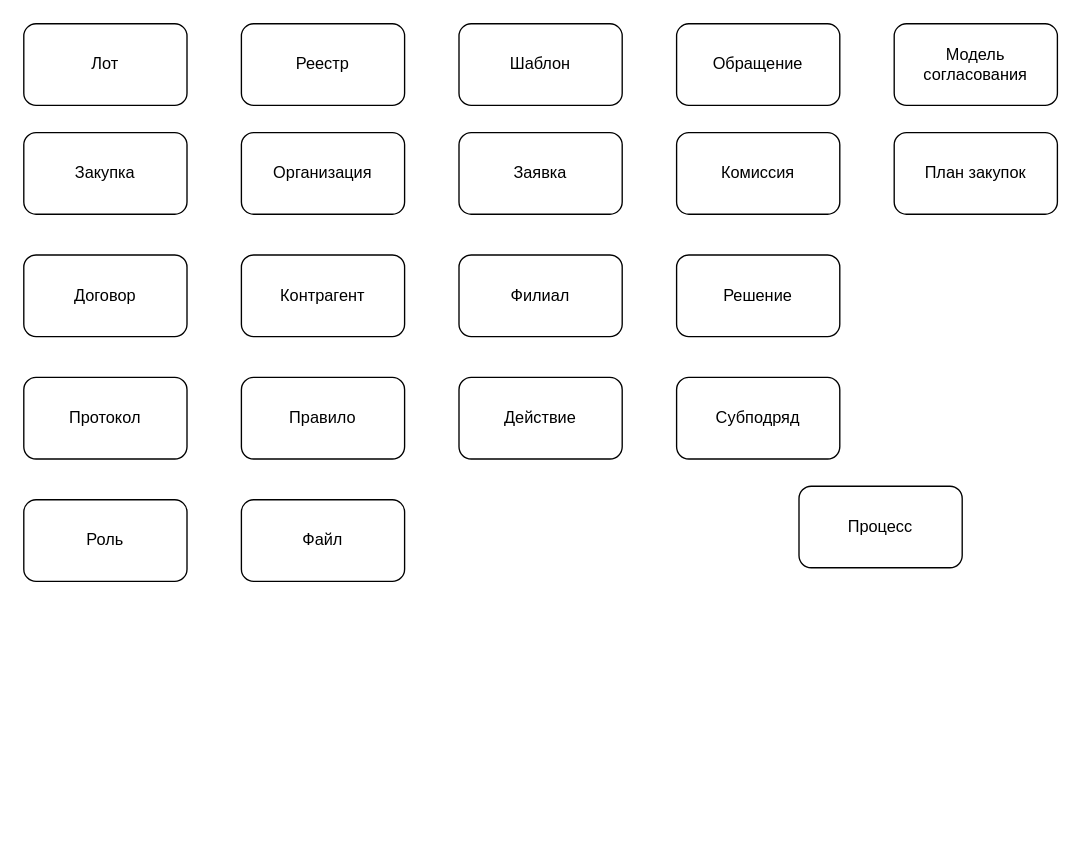
Before: page "Сущности" (1 of 11) of Предметная область SRM.drawio in realrvs/drawio, a draw.io diagram. Source tidied: cells renumbered, new cells numbered last; positions are measured from the earlier drawing's top-left corner, leaving out a move shared by most shapes. Both pictures are drawn from the tidied source at 136%, with x=0, y=0 at pixel (23, 23).
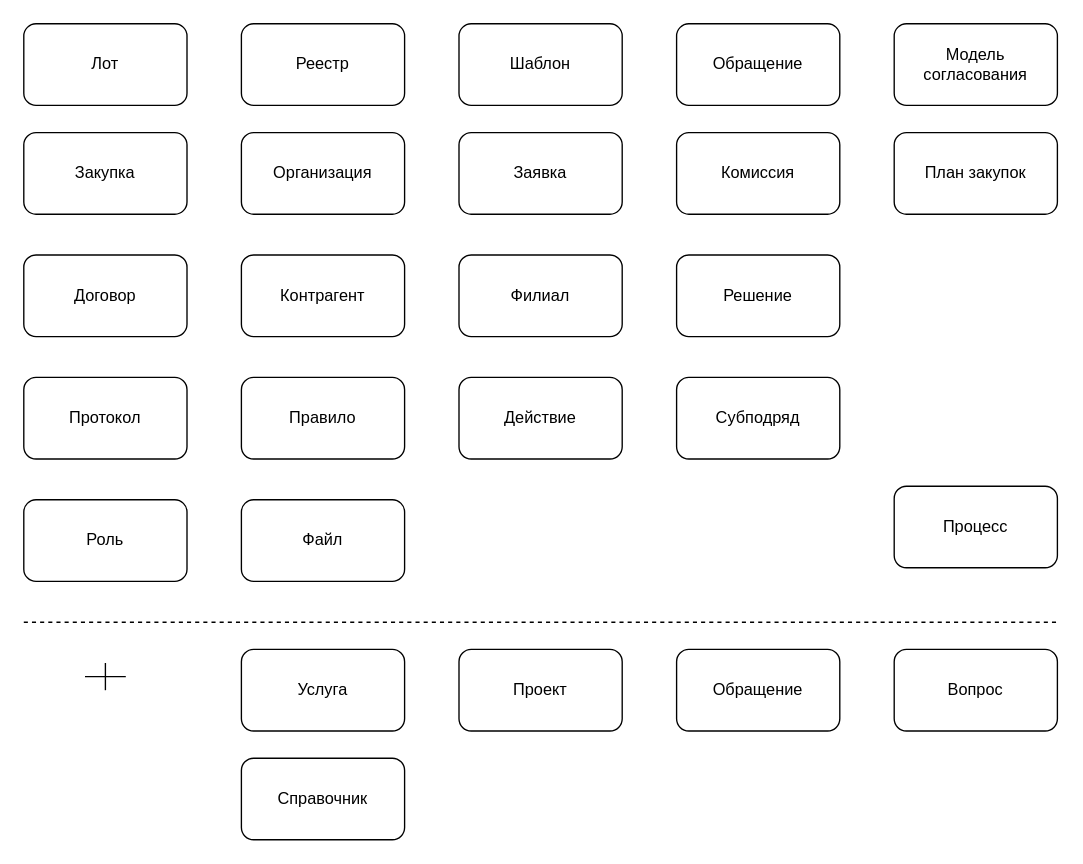
The same page after the edit.

The edit, as a diff of the source:
```diff
@@
     <mxCell id="20" value="Процесс" style="rounded=1;whiteSpace=wrap;html=1;" parent="1" vertex="1">
-      <mxGeometry x="570" y="340" width="120" height="60" as="geometry" />
+      <mxGeometry x="640" y="340" width="120" height="60" as="geometry" />
     </mxCell>
@@
+    <mxCell id="23" value="Проект" style="rounded=1;whiteSpace=wrap;html=1;" parent="1" vertex="1">
+      <mxGeometry x="320" y="460" width="120" height="60" as="geometry" />
+    </mxCell>
+    <mxCell id="24" style="endArrow=none;dashed=1;html=1;rounded=0;" parent="1" edge="1">
+      <mxGeometry relative="1" as="geometry">
+        <mxPoint y="440" as="sourcePoint" />
+        <mxPoint x="760" y="440" as="targetPoint" />
+      </mxGeometry>
+    </mxCell>
+    <mxCell id="25" value="Услуга" style="rounded=1;whiteSpace=wrap;html=1;" parent="1" vertex="1">
+      <mxGeometry x="160" y="460" width="120" height="60" as="geometry" />
+    </mxCell>
+    <mxCell id="26" value="Вопрос" style="rounded=1;whiteSpace=wrap;html=1;" parent="1" vertex="1">
+      <mxGeometry x="640" y="460" width="120" height="60" as="geometry" />
+    </mxCell>
+    <mxCell id="27" value="Обращение" style="rounded=1;whiteSpace=wrap;html=1;" parent="1" vertex="1">
+      <mxGeometry x="480" y="460" width="120" height="60" as="geometry" />
+    </mxCell>
+    <mxCell id="28" style="endArrow=none;html=1;rounded=0;" parent="1" edge="1">
+      <mxGeometry relative="1" as="geometry">
+        <mxPoint x="60" y="490" as="sourcePoint" />
+        <mxPoint x="60" y="470" as="targetPoint" />
+      </mxGeometry>
+    </mxCell>
+    <mxCell id="29" style="endArrow=none;html=1;rounded=0;" parent="1" edge="1">
+      <mxGeometry relative="1" as="geometry">
+        <mxPoint x="45" y="480" as="sourcePoint" />
+        <mxPoint x="75" y="480" as="targetPoint" />
+      </mxGeometry>
+    </mxCell>
+    <mxCell id="30" value="Справочник" style="rounded=1;whiteSpace=wrap;html=1;" parent="1" vertex="1">
+      <mxGeometry x="160" y="540" width="120" height="60" as="geometry" />
+    </mxCell>
```
